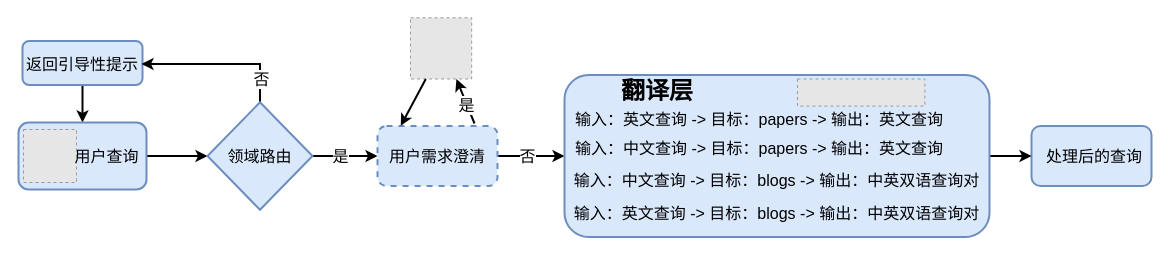
real-jiakai/draw keeps this draw.io diagram as diagrams/the_query_preprocessing_and_routing_module.drawio. Above is the earlier version. Source tidied: cells renumbered, new cells numbered last; positions are measured from the earlier drawing's top-left corner, leaving out a move shared by most shapes. Both pictures are drawn from the tidied source at 100%, with x=0, y=0 at pixel (18, 17). Pictures stored in the file or linked from it are replaced by grey dashed boxes.
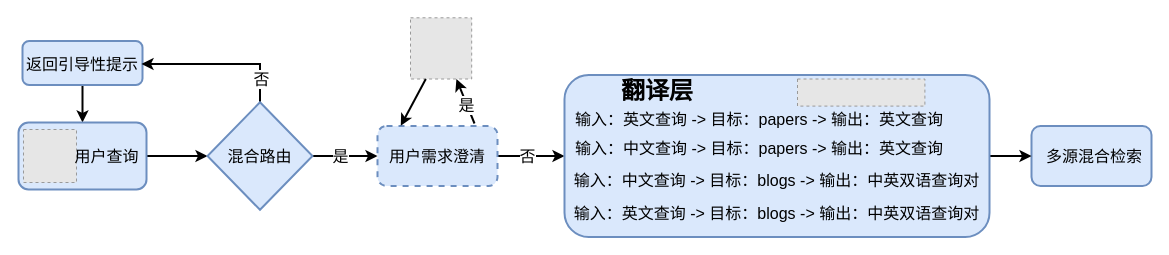
Above is the later version.

The edit, as a diff of the source:
```diff
@@
-    <mxCell id="19" value="&lt;span style=&quot;font-size: 16px;&quot;&gt;领域路由&lt;/span&gt;" style="text;html=1;align=center;verticalAlign=middle;whiteSpace=wrap;rounded=0;" parent="1" vertex="1">
+    <mxCell id="19" value="&lt;span style=&quot;font-size: 16px;&quot;&gt;混合路由&lt;/span&gt;" style="text;html=1;align=center;verticalAlign=middle;whiteSpace=wrap;rounded=0;" parent="1" vertex="1">
       <mxGeometry x="207" y="123.5" width="69" height="30" as="geometry" />
     </mxCell>
@@
-    <mxCell id="22" value="&lt;font style=&quot;font-size: 16px;&quot;&gt;处理后的查询&lt;/font&gt;" style="text;html=1;align=center;verticalAlign=middle;whiteSpace=wrap;rounded=0;" parent="1" vertex="1">
+    <mxCell id="22" value="&lt;span style=&quot;font-size: 16px;&quot;&gt;多源混合检索&lt;/span&gt;" style="text;html=1;align=center;verticalAlign=middle;whiteSpace=wrap;rounded=0;" parent="1" vertex="1">
       <mxGeometry x="1026" y="123.5" width="100" height="30" as="geometry" />
     </mxCell>
```
